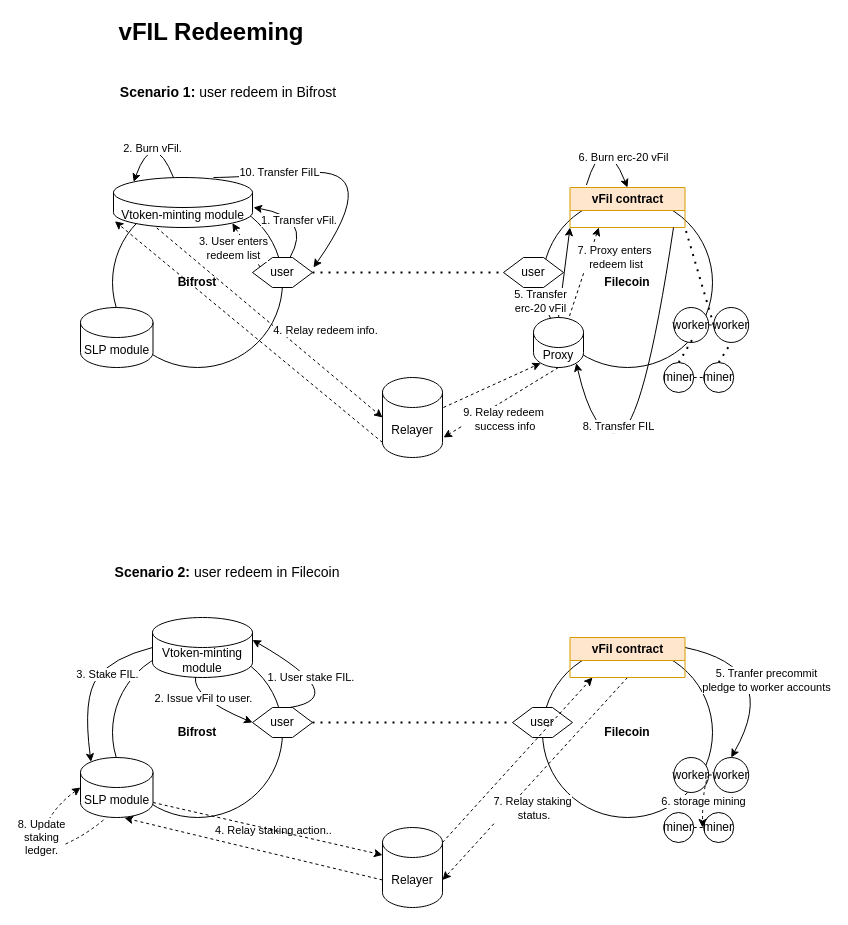
The draw.io diagram vfil-redeeming-fvm.drawio in herryho/flowchars, before the edit. Source tidied: cells renumbered, new cells numbered last; positions are measured from the earlier drawing's top-left corner, leaving out a move shared by most shapes. Both pictures are drawn from the tidied source at 100%, with x=0, y=0 at pixel (32, 17).
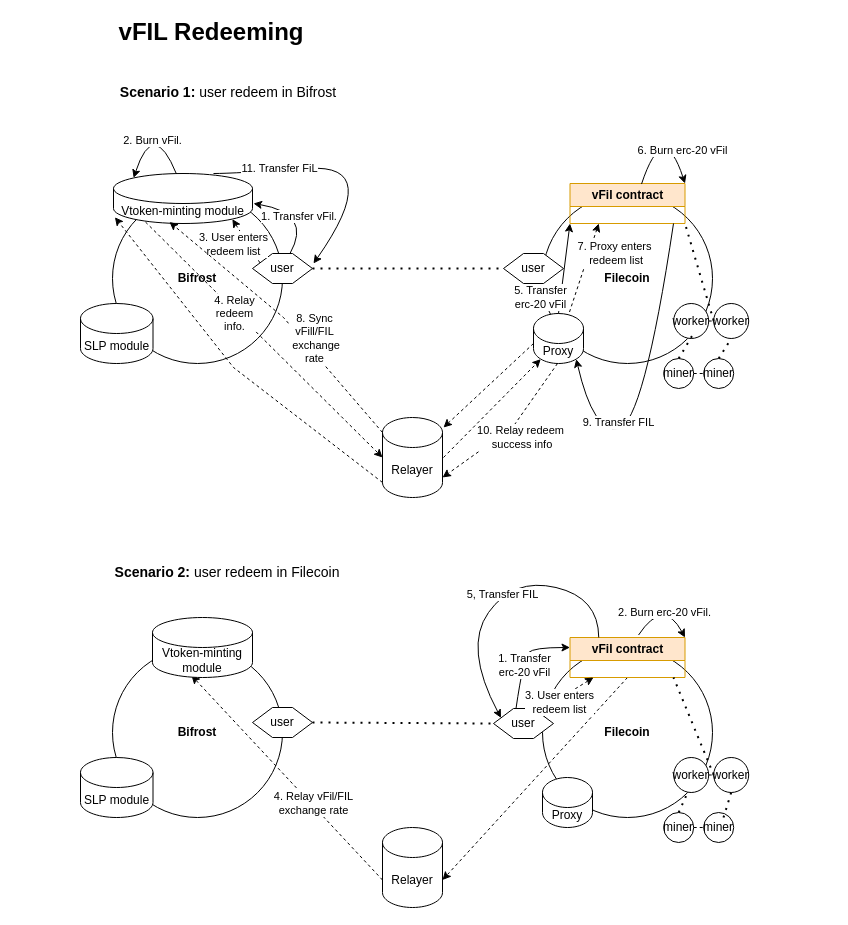
The same diagram, later.

The change refers to these unchanged cells:
```xml
<mxCell id="25" value="&lt;b&gt;Filecoin&lt;/b&gt;" style="ellipse;whiteSpace=wrap;html=1;" parent="1" vertex="1">
  <mxGeometry x="510" y="630" width="170" height="170" as="geometry" />
</mxCell>
<mxCell id="26" value="user" style="shape=hexagon;perimeter=hexagonPerimeter2;whiteSpace=wrap;html=1;fixedSize=1;" parent="1" vertex="1">
  <mxGeometry x="220" y="690" width="60" height="30" as="geometry" />
</mxCell>
<mxCell id="29" value="worker" style="ellipse;whiteSpace=wrap;html=1;" parent="1" vertex="1">
  <mxGeometry x="641.2" y="740" width="35" height="35" as="geometry" />
</mxCell>
<mxCell id="30" value="SLP module" style="shape=cylinder3;whiteSpace=wrap;html=1;boundedLbl=1;backgroundOutline=1;size=15;" parent="1" vertex="1">
  <mxGeometry x="48" y="740" width="72.5" height="60" as="geometry" />
</mxCell>
<mxCell id="31" value="Relayer" style="shape=cylinder3;whiteSpace=wrap;html=1;boundedLbl=1;backgroundOutline=1;size=15;" parent="1" vertex="1">
  <mxGeometry x="350" y="810" width="60" height="80" as="geometry" />
</mxCell>
<mxCell id="32" value="miner" style="ellipse;whiteSpace=wrap;html=1;" parent="1" vertex="1">
  <mxGeometry x="631.2" y="795" width="30" height="30" as="geometry" />
</mxCell>
<mxCell id="38" value="worker" style="ellipse;whiteSpace=wrap;html=1;" parent="1" vertex="1">
  <mxGeometry x="681.2" y="740" width="35" height="35" as="geometry" />
</mxCell>
<mxCell id="40" value="Vtoken-minting module" style="shape=cylinder3;whiteSpace=wrap;html=1;boundedLbl=1;backgroundOutline=1;size=15;" parent="1" vertex="1">
  <mxGeometry x="120" y="600" width="100" height="60" as="geometry" />
</mxCell>
<mxCell id="51" style="endArrow=classic;html=1;rounded=0;dashed=1;exitX=0.5;exitY=1;exitDx=0;exitDy=0;entryX=1;entryY=0;entryDx=0;entryDy=52.5;entryPerimeter=0;" parent="1" edge="1" source="56" target="31">
  <mxGeometry relative="1" as="geometry" />
</mxCell>
<mxCell id="56" value="vFil contract" style="swimlane;whiteSpace=wrap;html=1;fillColor=#ffe6cc;strokeColor=#d79b00;" parent="1" vertex="1">
  <mxGeometry x="537.5" y="620" width="115" height="40" as="geometry" />
</mxCell>
```

Change to the diagram source:
```diff
@@
     <mxCell id="2" value="&lt;b&gt;Bifrost&lt;/b&gt;" style="ellipse;whiteSpace=wrap;html=1;" parent="1" vertex="1">
-      <mxGeometry x="80" y="180" width="170" height="170" as="geometry" />
+      <mxGeometry x="80" y="176" width="170" height="170" as="geometry" />
     </mxCell>
     <mxCell id="3" value="&lt;b&gt;Filecoin&lt;/b&gt;" style="ellipse;whiteSpace=wrap;html=1;" parent="1" vertex="1">
-      <mxGeometry x="510" y="180" width="170" height="170" as="geometry" />
+      <mxGeometry x="510" y="176" width="170" height="170" as="geometry" />
     </mxCell>
     <mxCell id="4" value="user" style="shape=hexagon;perimeter=hexagonPerimeter2;whiteSpace=wrap;html=1;fixedSize=1;" parent="1" vertex="1">
-      <mxGeometry x="220" y="240" width="60" height="30" as="geometry" />
+      <mxGeometry x="220" y="236" width="60" height="30" as="geometry" />
     </mxCell>
     <mxCell id="5" value="user" style="shape=hexagon;perimeter=hexagonPerimeter2;whiteSpace=wrap;html=1;fixedSize=1;" parent="1" vertex="1">
-      <mxGeometry x="471" y="240" width="60" height="30" as="geometry" />
+      <mxGeometry x="471" y="236" width="60" height="30" as="geometry" />
     </mxCell>
@@
     <mxCell id="7" value="worker" style="ellipse;whiteSpace=wrap;html=1;" parent="1" vertex="1">
-      <mxGeometry x="641.2" y="290" width="35" height="35" as="geometry" />
+      <mxGeometry x="641.2" y="286" width="35" height="35" as="geometry" />
     </mxCell>
     <mxCell id="8" value="SLP module" style="shape=cylinder3;whiteSpace=wrap;html=1;boundedLbl=1;backgroundOutline=1;size=15;" parent="1" vertex="1">
-      <mxGeometry x="48" y="290" width="72.5" height="60" as="geometry" />
+      <mxGeometry x="48" y="286" width="72.5" height="60" as="geometry" />
     </mxCell>
     <mxCell id="9" value="Relayer" style="shape=cylinder3;whiteSpace=wrap;html=1;boundedLbl=1;backgroundOutline=1;size=15;" parent="1" vertex="1">
-      <mxGeometry x="350" y="360" width="60" height="80" as="geometry" />
+      <mxGeometry x="350" y="400" width="60" height="80" as="geometry" />
     </mxCell>
     <mxCell id="10" value="miner" style="ellipse;whiteSpace=wrap;html=1;" parent="1" vertex="1">
-      <mxGeometry x="631.2" y="345" width="30" height="30" as="geometry" />
+      <mxGeometry x="631.2" y="341" width="30" height="30" as="geometry" />
     </mxCell>
     <mxCell id="11" value="miner" style="ellipse;whiteSpace=wrap;html=1;" parent="1" vertex="1">
-      <mxGeometry x="671.2" y="345" width="30" height="30" as="geometry" />
+      <mxGeometry x="671.2" y="341" width="30" height="30" as="geometry" />
     </mxCell>
     <mxCell id="12" style="endArrow=none;dashed=1;html=1;rounded=0;exitX=1;exitY=0.5;exitDx=0;exitDy=0;" parent="1" edge="1" source="10">
       <mxGeometry relative="1" as="geometry">
-        <mxPoint x="671.2" y="360" as="targetPoint" />
+        <mxPoint x="671.2" y="356" as="targetPoint" />
       </mxGeometry>
     </mxCell>
     <mxCell id="13" style="endArrow=classic;html=1;rounded=0;dashed=1;entryX=0.145;entryY=1;entryDx=0;entryDy=-4.35;entryPerimeter=0;" parent="1" edge="1" target="63">
       <mxGeometry relative="1" as="geometry">
-        <mxPoint x="411" y="390" as="sourcePoint" />
+        <mxPoint x="411" y="440" as="sourcePoint" />
       </mxGeometry>
     </mxCell>
-    <mxCell id="14" style="endArrow=classic;html=1;rounded=0;dashed=1;entryX=0;entryY=0.5;entryDx=0;entryDy=0;entryPerimeter=0;exitX=0.311;exitY=1.008;exitDx=0;exitDy=0;exitPerimeter=0;" parent="1" edge="1" source="19" target="9">
+    <mxCell id="14" style="endArrow=classic;html=1;rounded=0;dashed=1;entryX=0;entryY=0.5;entryDx=0;entryDy=0;entryPerimeter=0;exitX=0.23;exitY=0.97;exitDx=0;exitDy=0;exitPerimeter=0;" parent="1" edge="1" source="19" target="9">
       <mxGeometry relative="1" as="geometry" />
     </mxCell>
-    <mxCell id="15" value="4. Relay redeem info." style="edgeLabel;html=1;align=center;verticalAlign=middle;" parent="14" vertex="1">
+    <mxCell id="15" value="4. Relay &lt;br&gt;redeem &lt;br&gt;info." style="edgeLabel;html=1;align=center;verticalAlign=middle;" parent="14" vertex="1">
       <mxGeometry x="-0.18" y="3" relative="1" as="geometry">
-        <mxPoint x="74" y="27" as="offset" />
+        <mxPoint x="-11" y="-3" as="offset" />
       </mxGeometry>
     </mxCell>
@@
     <mxCell id="17" value="worker" style="ellipse;whiteSpace=wrap;html=1;" parent="1" vertex="1">
-      <mxGeometry x="681.2" y="290" width="35" height="35" as="geometry" />
+      <mxGeometry x="681.2" y="286" width="35" height="35" as="geometry" />
     </mxCell>
@@
     <mxCell id="19" value="Vtoken-minting module" style="shape=cylinder3;whiteSpace=wrap;html=1;boundedLbl=1;backgroundOutline=1;size=15;" parent="1" vertex="1">
-      <mxGeometry x="81" y="160" width="139" height="50" as="geometry" />
+      <mxGeometry x="81" y="156" width="139" height="50" as="geometry" />
     </mxCell>
     <mxCell id="20" style="curved=1;endArrow=classic;html=1;rounded=0;exitX=0.625;exitY=0;exitDx=0;exitDy=0;" parent="1" edge="1" source="4">
       <mxGeometry relative="1" as="geometry">
-        <mxPoint x="221" y="190" as="targetPoint" />
+        <mxPoint x="221" y="186" as="targetPoint" />
         <Array as="points">
-          <mxPoint x="280" y="200" />
+          <mxPoint x="280" y="196" />
         </Array>
       </mxGeometry>
     </mxCell>
@@
     <mxCell id="22" value="vFil contract" style="swimlane;whiteSpace=wrap;html=1;fillColor=#ffe6cc;strokeColor=#d79b00;" parent="1" vertex="1">
-      <mxGeometry x="537.5" y="170" width="115" height="40" as="geometry" />
+      <mxGeometry x="537.5" y="166" width="115" height="40" as="geometry" />
     </mxCell>
@@
     <mxCell id="27" value="user" style="shape=hexagon;perimeter=hexagonPerimeter2;whiteSpace=wrap;html=1;fixedSize=1;" parent="1" vertex="1">
-      <mxGeometry x="480" y="690" width="60" height="30" as="geometry" />
+      <mxGeometry x="461" y="691" width="60" height="30" as="geometry" />
     </mxCell>
@@
-    <mxCell id="35" style="endArrow=classic;html=1;rounded=0;dashed=1;exitX=1;exitY=0;exitDx=0;exitDy=15;exitPerimeter=0;" parent="1" edge="1" source="31">
-      <mxGeometry relative="1" as="geometry">
-        <mxPoint x="560" y="660" as="targetPoint" />
-      </mxGeometry>
+    <mxCell id="35" style="endArrow=classic;html=1;rounded=0;dashed=1;exitX=0;exitY=0;exitDx=0;exitDy=52.5;exitPerimeter=0;entryX=0.39;entryY=0.967;entryDx=0;entryDy=0;entryPerimeter=0;" parent="1" edge="1" source="31" target="40">
+      <mxGeometry relative="1" as="geometry" />
     </mxCell>
-    <mxCell id="36" value="4. Relay staking action.." style="edgeLabel;html=1;align=center;verticalAlign=middle;" parent="35" vertex="1">
-      <mxGeometry x="0.15" y="-1" relative="1" as="geometry">
-        <mxPoint x="-256" y="82" as="offset" />
-      </mxGeometry>
-    </mxCell>
-    <mxCell id="37" style="endArrow=classic;html=1;rounded=0;dashed=1;entryX=0;entryY=0;entryDx=0;entryDy=27.5;entryPerimeter=0;exitX=1;exitY=1;exitDx=0;exitDy=-15;exitPerimeter=0;" parent="1" edge="1" source="30" target="31">
-      <mxGeometry relative="1" as="geometry" />
-    </mxCell>
+    <mxCell id="78" value="4. Relay vFil/FIL&lt;br&gt;exchange rate" style="edgeLabel;html=1;align=center;verticalAlign=middle;" parent="35" vertex="1">
+      <mxGeometry x="-0.26" y="-2" relative="1" as="geometry" />
+    </mxCell>
@@
-    <mxCell id="41" style="curved=1;endArrow=classic;html=1;rounded=0;entryX=1;entryY=0;entryDx=0;entryDy=22.5;entryPerimeter=0;exitX=0.625;exitY=0;exitDx=0;exitDy=0;" parent="1" edge="1" source="26" target="40">
-      <mxGeometry relative="1" as="geometry">
-        <Array as="points">
-          <mxPoint x="320" y="680" />
-        </Array>
-      </mxGeometry>
-    </mxCell>
-    <mxCell id="42" value="1. User stake FIL.&amp;nbsp;" style="edgeLabel;html=1;align=center;verticalAlign=middle;" parent="41" vertex="1">
-      <mxGeometry x="0.65" y="3" relative="1" as="geometry">
-        <mxPoint x="34" y="19" as="offset" />
-      </mxGeometry>
-    </mxCell>
-    <mxCell id="43" style="curved=1;endArrow=classic;html=1;rounded=0;exitX=0.43;exitY=0.992;exitDx=0;exitDy=0;exitPerimeter=0;entryX=0;entryY=0.5;entryDx=0;entryDy=0;" parent="1" edge="1" source="40" target="26">
-      <mxGeometry relative="1" as="geometry">
-        <Array as="points">
-          <mxPoint x="160" y="680" />
-        </Array>
-      </mxGeometry>
-    </mxCell>
-    <mxCell id="44" value="2. Issue vFil to user." style="edgeLabel;html=1;align=center;verticalAlign=middle;" parent="43" vertex="1">
-      <mxGeometry x="-0.35" y="7" relative="1" as="geometry">
-        <mxPoint x="1" y="4" as="offset" />
-      </mxGeometry>
-    </mxCell>
-    <mxCell id="45" style="curved=1;endArrow=classic;html=1;rounded=0;exitX=0;exitY=0.5;exitDx=0;exitDy=0;exitPerimeter=0;entryX=0.145;entryY=0;entryDx=0;entryDy=4.35;entryPerimeter=0;" parent="1" edge="1" source="40" target="30">
-      <mxGeometry relative="1" as="geometry">
-        <Array as="points">
-          <mxPoint x="80" y="640" />
-          <mxPoint x="50" y="680" />
-        </Array>
-      </mxGeometry>
-    </mxCell>
-    <mxCell id="46" value="3. Stake FIL." style="edgeLabel;html=1;align=center;verticalAlign=middle;" parent="45" vertex="1">
-      <mxGeometry x="-0.26" y="6" relative="1" as="geometry">
-        <mxPoint y="-1" as="offset" />
-      </mxGeometry>
-    </mxCell>
-    <mxCell id="47" style="curved=1;endArrow=classic;html=1;rounded=0;exitX=1;exitY=0.25;exitDx=0;exitDy=0;entryX=0.5;entryY=0;entryDx=0;entryDy=0;" parent="1" edge="1" source="56" target="38">
-      <mxGeometry relative="1" as="geometry">
-        <Array as="points">
-          <mxPoint x="750" y="650" />
-        </Array>
-      </mxGeometry>
-    </mxCell>
-    <mxCell id="48" value="5. Tranfer precommit&lt;br&gt;pledge to worker accounts" style="edgeLabel;html=1;align=center;verticalAlign=middle;" parent="47" vertex="1">
-      <mxGeometry x="-0.31" y="-18" relative="1" as="geometry">
-        <mxPoint x="16" y="1" as="offset" />
-      </mxGeometry>
-    </mxCell>
-    <mxCell id="49" style="curved=1;endArrow=classic;html=1;rounded=0;exitX=1;exitY=0.5;exitDx=0;exitDy=0;dashed=1;" parent="1" edge="1" source="29">
-      <mxGeometry relative="1" as="geometry">
-        <mxPoint x="670" y="810" as="targetPoint" />
-        <Array as="points">
-          <mxPoint x="670" y="770" />
-        </Array>
-      </mxGeometry>
-    </mxCell>
-    <mxCell id="50" value="6. storage mining" style="edgeLabel;html=1;align=center;verticalAlign=middle;" parent="49" vertex="1">
-      <mxGeometry relative="1" as="geometry" />
-    </mxCell>
@@
-    <mxCell id="52" value="7. Relay staking&lt;br&gt;&amp;nbsp;status." style="edgeLabel;html=1;align=center;verticalAlign=middle;" parent="51" vertex="1">
-      <mxGeometry x="0.01" y="3" relative="1" as="geometry">
-        <mxPoint x="-4" y="26" as="offset" />
-      </mxGeometry>
-    </mxCell>
-    <mxCell id="53" style="endArrow=classic;html=1;rounded=0;dashed=1;exitX=0;exitY=0;exitDx=0;exitDy=52.5;exitPerimeter=0;entryX=0.607;entryY=1.008;entryDx=0;entryDy=0;entryPerimeter=0;" parent="1" edge="1" source="31" target="30">
-      <mxGeometry relative="1" as="geometry" />
-    </mxCell>
-    <mxCell id="54" style="curved=1;endArrow=classic;html=1;rounded=0;dashed=1;entryX=0;entryY=0.5;entryDx=0;entryDy=0;entryPerimeter=0;exitX=0.317;exitY=1.042;exitDx=0;exitDy=0;exitPerimeter=0;" parent="1" edge="1" source="30" target="30">
-      <mxGeometry relative="1" as="geometry">
-        <Array as="points">
-          <mxPoint x="50" y="820" />
-          <mxPoint y="840" />
-          <mxPoint x="20" y="790" />
-        </Array>
-      </mxGeometry>
-    </mxCell>
-    <mxCell id="55" value="8. Update&lt;br&gt;staking&lt;br&gt;ledger." style="edgeLabel;html=1;align=center;verticalAlign=middle;" parent="54" vertex="1">
-      <mxGeometry x="0.1" y="-5" relative="1" as="geometry">
-        <mxPoint x="-1" y="-11" as="offset" />
-      </mxGeometry>
-    </mxCell>
@@
+    <mxCell id="79" style="endArrow=classic;html=1;rounded=0;dashed=1;exitX=0.767;exitY=0.083;exitDx=0;exitDy=0;exitPerimeter=0;" parent="56" edge="1" source="27">
+      <mxGeometry relative="1" as="geometry">
+        <mxPoint x="23.5" y="40" as="targetPoint" />
+      </mxGeometry>
+    </mxCell>
+    <mxCell id="80" value="3. User enters&lt;br&gt;redeem list" style="edgeLabel;html=1;align=center;verticalAlign=middle;" parent="79" vertex="1">
+      <mxGeometry x="-0.35" y="3" relative="1" as="geometry">
+        <mxPoint x="3" y="5" as="offset" />
+      </mxGeometry>
+    </mxCell>
@@
-    <mxCell id="58" style="curved=1;endArrow=classic;html=1;rounded=0;entryX=0.145;entryY=0;entryDx=0;entryDy=4.35;entryPerimeter=0;" parent="1" edge="1" target="19">
+    <mxCell id="58" style="curved=1;endArrow=classic;html=1;rounded=0;entryX=0.145;entryY=0;entryDx=0;entryDy=4.35;entryPerimeter=0;exitX=0.453;exitY=0.01;exitDx=0;exitDy=0;exitPerimeter=0;" parent="1" edge="1" source="19" target="19">
       <mxGeometry relative="1" as="geometry">
-        <mxPoint x="141" y="160" as="sourcePoint" />
         <Array as="points">
-          <mxPoint x="121" y="110" />
+          <mxPoint x="121" y="100" />
         </Array>
       </mxGeometry>
     </mxCell>
@@
     <mxCell id="60" style="endArrow=none;dashed=1;html=1;dashPattern=1 3;strokeWidth=2;rounded=0;exitX=0.5;exitY=0;exitDx=0;exitDy=0;" parent="1" edge="1" source="10">
       <mxGeometry relative="1" as="geometry">
-        <mxPoint x="661" y="320" as="targetPoint" />
+        <mxPoint x="661" y="316" as="targetPoint" />
       </mxGeometry>
     </mxCell>
@@
     <mxCell id="63" value="Proxy" style="shape=cylinder3;whiteSpace=wrap;html=1;boundedLbl=1;backgroundOutline=1;size=15;" parent="1" vertex="1">
-      <mxGeometry x="501" y="300" width="50" height="50" as="geometry" />
+      <mxGeometry x="501" y="296" width="50" height="50" as="geometry" />
     </mxCell>
@@
-    <mxCell id="68" value="6. Burn erc-20 vFil" style="curved=1;endArrow=classic;html=1;rounded=0;entryX=0.5;entryY=0;entryDx=0;entryDy=0;exitX=0.143;exitY=-0.062;exitDx=0;exitDy=0;exitPerimeter=0;" parent="1" edge="1" source="22" target="22">
+    <mxCell id="68" value="6. Burn erc-20 vFil" style="curved=1;endArrow=classic;html=1;rounded=0;entryX=1;entryY=0;entryDx=0;entryDy=0;exitX=0.622;exitY=0.013;exitDx=0;exitDy=0;exitPerimeter=0;" parent="1" edge="1" source="22" target="22">
       <mxGeometry x="0.53" y="7" relative="1" as="geometry">
         <Array as="points">
-          <mxPoint x="571" y="110" />
+          <mxPoint x="631" y="100" />
         </Array>
         <mxPoint x="1" as="offset" />
       </mxGeometry>
     </mxCell>
@@
     <mxCell id="71" style="curved=1;endArrow=classic;html=1;rounded=0;entryX=0.855;entryY=1;entryDx=0;entryDy=-4.35;entryPerimeter=0;" parent="1" edge="1" target="63">
       <mxGeometry relative="1" as="geometry">
-        <mxPoint x="641" y="210" as="sourcePoint" />
+        <mxPoint x="641" y="206" as="sourcePoint" />
         <Array as="points">
-          <mxPoint x="611" y="410" />
-          <mxPoint x="561" y="420" />
+          <mxPoint x="611" y="406" />
+          <mxPoint x="561" y="416" />
         </Array>
       </mxGeometry>
     </mxCell>
-    <mxCell id="72" value="8. Transfer FIL" style="edgeLabel;html=1;align=center;verticalAlign=middle;" parent="71" vertex="1">
+    <mxCell id="72" value="9. Transfer FIL" style="edgeLabel;html=1;align=center;verticalAlign=middle;" parent="71" vertex="1">
       <mxGeometry x="0.38" y="-6" relative="1" as="geometry" />
     </mxCell>
-    <mxCell id="73" style="endArrow=classic;html=1;rounded=0;exitX=0.5;exitY=1;exitDx=0;exitDy=0;exitPerimeter=0;dashed=1;" parent="1" edge="1" source="63">
+    <mxCell id="73" style="endArrow=classic;html=1;rounded=0;exitX=0.5;exitY=1;exitDx=0;exitDy=0;exitPerimeter=0;dashed=1;" parent="1" edge="1">
       <mxGeometry relative="1" as="geometry">
-        <mxPoint x="411" y="420" as="targetPoint" />
+        <mxPoint x="525" y="346" as="sourcePoint" />
+        <mxPoint x="410" y="460" as="targetPoint" />
+        <Array as="points">
+          <mxPoint x="480" y="410" />
+        </Array>
       </mxGeometry>
     </mxCell>
-    <mxCell id="74" value="9. Relay redeem&lt;br&gt;&amp;nbsp;success info" style="edgeLabel;html=1;align=center;verticalAlign=middle;" parent="73" vertex="1">
+    <mxCell id="74" value="10. Relay redeem&lt;br&gt;&amp;nbsp;success info" style="edgeLabel;html=1;align=center;verticalAlign=middle;" parent="73" vertex="1">
       <mxGeometry x="0.11" y="-2" relative="1" as="geometry">
-        <mxPoint x="10" y="14" as="offset" />
+        <mxPoint x="19" y="4" as="offset" />
       </mxGeometry>
     </mxCell>
     <mxCell id="75" style="endArrow=classic;html=1;rounded=0;exitX=0;exitY=1;exitDx=0;exitDy=-15;exitPerimeter=0;dashed=1;entryX=0.01;entryY=0.875;entryDx=0;entryDy=0;entryPerimeter=0;" parent="1" edge="1" source="9" target="19">
-      <mxGeometry relative="1" as="geometry" />
+      <mxGeometry relative="1" as="geometry">
+        <Array as="points">
+          <mxPoint x="201" y="350" />
+        </Array>
+      </mxGeometry>
     </mxCell>
     <mxCell id="76" style="curved=1;endArrow=classic;html=1;rounded=0;" parent="1" edge="1">
       <mxGeometry relative="1" as="geometry">
-        <mxPoint x="181" y="160" as="sourcePoint" />
-        <mxPoint x="281" y="250" as="targetPoint" />
+        <mxPoint x="181" y="156" as="sourcePoint" />
+        <mxPoint x="281" y="246" as="targetPoint" />
         <Array as="points">
-          <mxPoint x="201" y="160" />
-          <mxPoint x="351" y="150" />
+          <mxPoint x="201" y="156" />
+          <mxPoint x="351" y="146" />
         </Array>
       </mxGeometry>
     </mxCell>
-    <mxCell id="77" value="10. Transfer FiIL" style="edgeLabel;html=1;align=center;verticalAlign=middle;" parent="76" vertex="1">
+    <mxCell id="77" value="11. Transfer FiL" style="edgeLabel;html=1;align=center;verticalAlign=middle;" parent="76" vertex="1">
       <mxGeometry x="-0.55" y="1" relative="1" as="geometry">
         <mxPoint y="-1" as="offset" />
       </mxGeometry>
     </mxCell>
+    <mxCell id="81" style="endArrow=classic;html=1;rounded=0;exitX=0;exitY=0;exitDx=0;exitDy=30;exitPerimeter=0;dashed=1;" parent="1" edge="1" source="63">
+      <mxGeometry relative="1" as="geometry">
+        <mxPoint x="411" y="410" as="targetPoint" />
+      </mxGeometry>
+    </mxCell>
+    <mxCell id="82" style="endArrow=classic;html=1;rounded=0;exitX=0;exitY=0;exitDx=0;exitDy=15;exitPerimeter=0;entryX=0.403;entryY=0.97;entryDx=0;entryDy=0;entryPerimeter=0;dashed=1;" parent="1" edge="1" source="9" target="19">
+      <mxGeometry relative="1" as="geometry">
+        <Array as="points">
+          <mxPoint x="251" y="300" />
+        </Array>
+      </mxGeometry>
+    </mxCell>
+    <mxCell id="83" value="8. Sync &lt;br&gt;vFill/FIL&lt;br&gt;&amp;nbsp;exchange &lt;br&gt;rate" style="edgeLabel;html=1;align=center;verticalAlign=middle;" parent="82" vertex="1">
+      <mxGeometry x="-0.1" y="2" relative="1" as="geometry">
+        <mxPoint x="21" y="7" as="offset" />
+      </mxGeometry>
+    </mxCell>
+    <mxCell id="84" style="curved=1;endArrow=classic;html=1;rounded=0;entryX=0;entryY=0.25;entryDx=0;entryDy=0;exitX=0.375;exitY=0;exitDx=0;exitDy=0;" parent="1" edge="1" source="27" target="56">
+      <mxGeometry relative="1" as="geometry">
+        <Array as="points">
+          <mxPoint x="491" y="640" />
+          <mxPoint x="501" y="630" />
+        </Array>
+      </mxGeometry>
+    </mxCell>
+    <mxCell id="85" value="1. Transfer&lt;br&gt;erc-20 vFil" style="edgeLabel;html=1;align=center;verticalAlign=middle;" parent="84" vertex="1">
+      <mxGeometry x="-0.21" relative="1" as="geometry">
+        <mxPoint x="2" y="-4" as="offset" />
+      </mxGeometry>
+    </mxCell>
+    <mxCell id="86" value="Proxy" style="shape=cylinder3;whiteSpace=wrap;html=1;boundedLbl=1;backgroundOutline=1;size=15;" parent="1" vertex="1">
+      <mxGeometry x="510" y="760" width="50" height="50" as="geometry" />
+    </mxCell>
+    <mxCell id="87" style="curved=1;endArrow=classic;html=1;rounded=0;exitX=0.596;exitY=-0.062;exitDx=0;exitDy=0;exitPerimeter=0;entryX=1;entryY=0;entryDx=0;entryDy=0;" parent="1" edge="1" source="56" target="56">
+      <mxGeometry relative="1" as="geometry">
+        <Array as="points">
+          <mxPoint x="631" y="580" />
+        </Array>
+      </mxGeometry>
+    </mxCell>
+    <mxCell id="88" value="2. Burn erc-20 vFil." style="edgeLabel;html=1;align=center;verticalAlign=middle;" parent="87" vertex="1">
+      <mxGeometry x="0.29" y="-6" relative="1" as="geometry" />
+    </mxCell>
+    <mxCell id="89" style="curved=1;endArrow=classic;html=1;rounded=0;exitX=0.25;exitY=0;exitDx=0;exitDy=0;entryX=0;entryY=0.25;entryDx=0;entryDy=0;" parent="1" edge="1" source="56" target="27">
+      <mxGeometry relative="1" as="geometry">
+        <Array as="points">
+          <mxPoint x="566" y="580" />
+          <mxPoint x="481" y="560" />
+          <mxPoint x="431" y="630" />
+        </Array>
+      </mxGeometry>
+    </mxCell>
+    <mxCell id="90" value="5, Transfer FIL" style="edgeLabel;html=1;align=center;verticalAlign=middle;" parent="89" vertex="1">
+      <mxGeometry x="0.01" relative="1" as="geometry">
+        <mxPoint x="1" as="offset" />
+      </mxGeometry>
+    </mxCell>
+    <mxCell id="91" style="endArrow=none;dashed=1;html=1;dashPattern=1 3;strokeWidth=2;rounded=0;exitX=0;exitY=0.5;exitDx=0;exitDy=0;" parent="1" edge="1" source="38">
+      <mxGeometry relative="1" as="geometry">
+        <mxPoint x="641" y="660" as="targetPoint" />
+      </mxGeometry>
+    </mxCell>
+    <mxCell id="92" style="endArrow=none;dashed=1;html=1;dashPattern=1 3;strokeWidth=2;rounded=0;entryX=1;entryY=1;entryDx=0;entryDy=0;exitX=0.5;exitY=0;exitDx=0;exitDy=0;" parent="1" edge="1" source="32" target="25">
+      <mxGeometry relative="1" as="geometry" />
+    </mxCell>
+    <mxCell id="93" style="endArrow=none;dashed=1;html=1;dashPattern=1 3;strokeWidth=2;rounded=0;entryX=0.5;entryY=1;entryDx=0;entryDy=0;" parent="1" edge="1" target="38">
+      <mxGeometry relative="1" as="geometry">
+        <mxPoint x="691" y="800" as="sourcePoint" />
+      </mxGeometry>
+    </mxCell>
```
